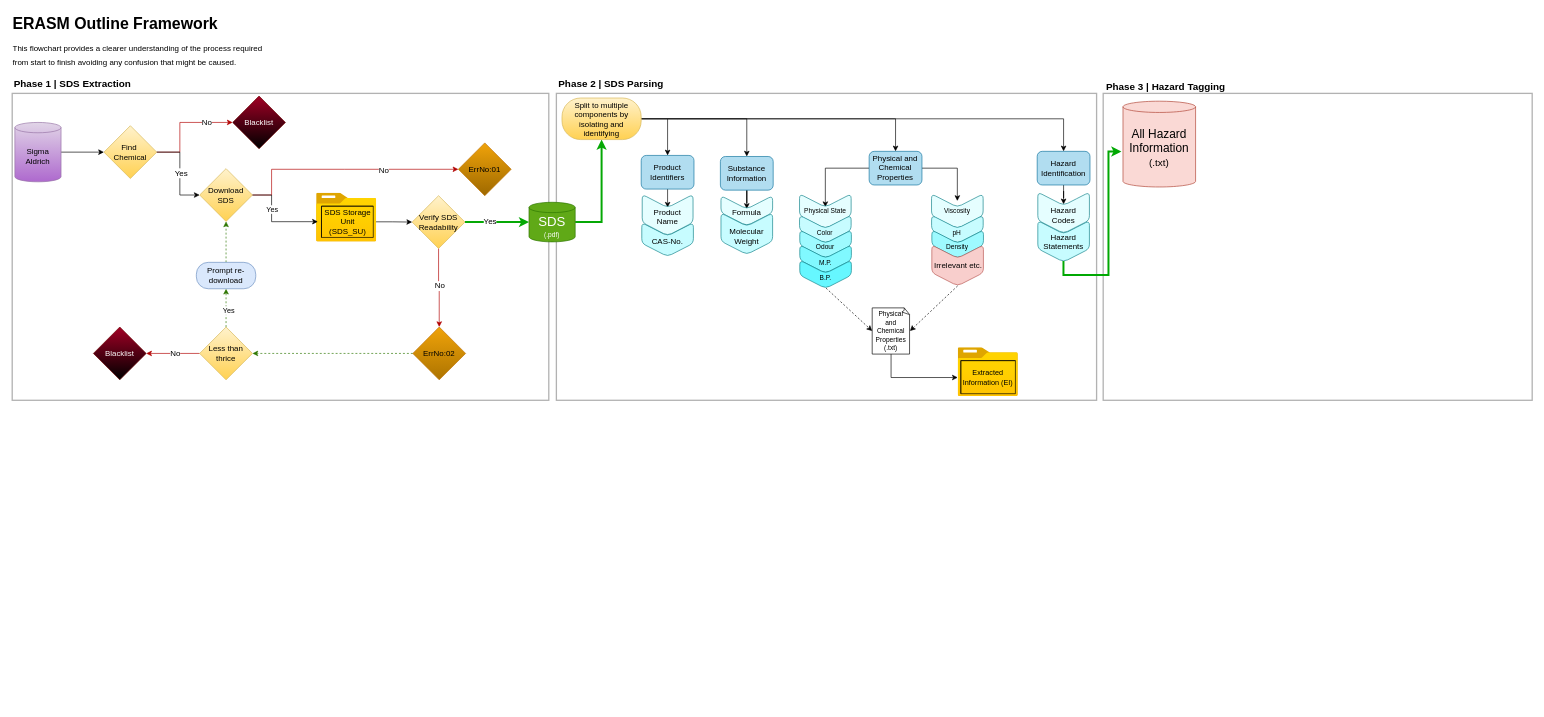
PaiSuryaDarshan/E-RASM keeps this draw.io diagram as ERASM_Blueprint.drawio. Above is the earlier version. Source tidied: cells renumbered, new cells numbered last; positions are measured from the earlier drawing's top-left corner, leaving out a move shared by most shapes. Both pictures are drawn from the tidied source at 66%, with x=0, y=0 at pixel (11, 11).
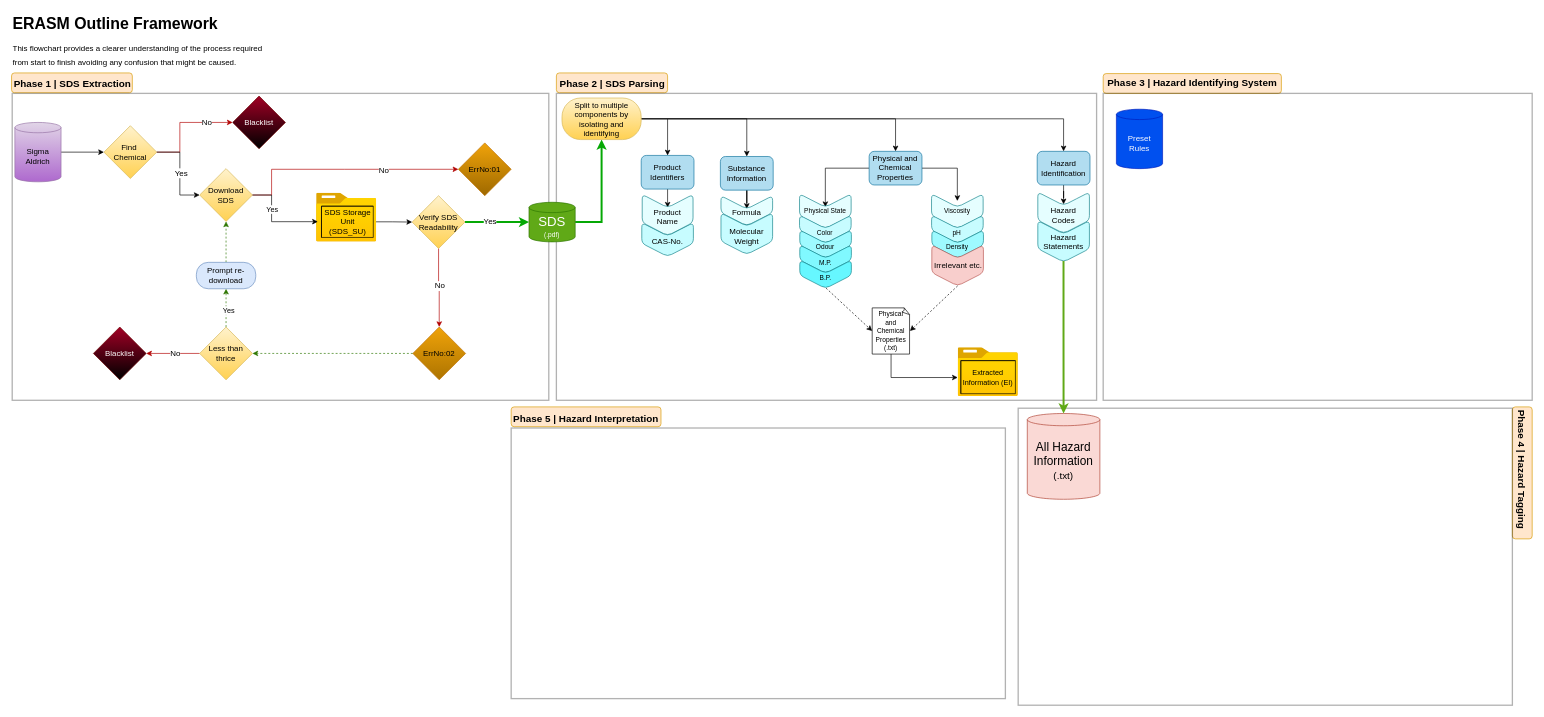
The same page after the edit.

The change refers to these unchanged cells:
```xml
<mxCell id="59" style="shape=step;perimeter=stepPerimeter;whiteSpace=wrap;html=1;fixedSize=1;fillColor=#c7fcff;strokeColor=#0e8088;rounded=1;rotation=90;arcSize=14;" parent="1" vertex="1">
  <mxGeometry x="1562.8" y="309" width="62.5" height="78.2" as="geometry" />
</mxCell>
```

Diff of the diagram source:
```diff
@@
+    <mxCell id="98" style="rounded=1;whiteSpace=wrap;html=1;fillColor=#ffe6cc;strokeColor=#d79b00;" parent="1" vertex="1">
+      <mxGeometry x="757" y="599" width="227" height="30" as="geometry" />
+    </mxCell>
+    <mxCell id="99" style="rounded=1;whiteSpace=wrap;html=1;fillColor=#ffe6cc;strokeColor=#d79b00;direction=south;" parent="1" vertex="1">
+      <mxGeometry x="2274" y="599" width="30" height="200" as="geometry" />
+    </mxCell>
+    <mxCell id="100" style="rounded=1;whiteSpace=wrap;html=1;fillColor=#ffe6cc;strokeColor=#d79b00;" parent="1" vertex="1">
+      <mxGeometry x="1654" y="94" width="270" height="30" as="geometry" />
+    </mxCell>
+    <mxCell id="101" style="rounded=1;whiteSpace=wrap;html=1;fillColor=#ffe6cc;strokeColor=#d79b00;" parent="1" vertex="1">
+      <mxGeometry x="825.5" y="93" width="168.5" height="30" as="geometry" />
+    </mxCell>
+    <mxCell id="102" style="rounded=1;whiteSpace=wrap;html=1;fillColor=#ffe6cc;strokeColor=#d79b00;" parent="1" vertex="1">
+      <mxGeometry y="93" width="183" height="30" as="geometry" />
+    </mxCell>
+    <mxCell id="103" style="rounded=0;whiteSpace=wrap;html=1;fillColor=none;strokeWidth=2;opacity=30;" parent="1" vertex="1">
+      <mxGeometry x="1525.2" y="601" width="748.8" height="450" as="geometry" />
+    </mxCell>
@@
-    <mxCell id="36" value="&lt;b style=&quot;font-size: 15px;&quot;&gt;Phase 1 | SDS Extraction&lt;/b&gt;" style="text;html=1;align=center;verticalAlign=middle;whiteSpace=wrap;rounded=0;fontFamily=Helvetica;fontSize=15;fontColor=default;" parent="1" vertex="1">
+    <mxCell id="36" value="&lt;b style=&quot;font-size: 15px;&quot;&gt;Phase 1 | SDS Extraction&lt;/b&gt;" style="text;html=1;align=center;verticalAlign=middle;whiteSpace=wrap;rounded=0;fontFamily=Helvetica;fontSize=15;fontColor=default;fillColor=none;" parent="1" vertex="1">
       <mxGeometry x="1" y="94" width="183" height="30" as="geometry" />
     </mxCell>
     <mxCell id="37" value="&lt;b style=&quot;font-size: 15px;&quot;&gt;Phase 2 | SDS Parsing&lt;/b&gt;" style="text;html=1;align=center;verticalAlign=middle;whiteSpace=wrap;rounded=0;fontFamily=Helvetica;fontSize=15;fontColor=default;" parent="1" vertex="1">
-      <mxGeometry x="825.5" y="94" width="164.5" height="30" as="geometry" />
+      <mxGeometry x="827.5" y="94" width="164.5" height="30" as="geometry" />
     </mxCell>
@@
-    <mxCell id="87" value="&lt;font style=&quot;font-size: 18px;&quot;&gt;All Hazard Information&lt;/font&gt;&lt;div style=&quot;font-size: 18px;&quot;&gt;&lt;font style=&quot;font-size: 15px;&quot;&gt;(.txt)&lt;/font&gt;&lt;/div&gt;" style="shape=cylinder3;whiteSpace=wrap;html=1;boundedLbl=1;backgroundOutline=1;size=8.54545454545439;fillColor=#fad9d5;strokeColor=#ae4132;" parent="1" vertex="1">
-      <mxGeometry x="1684" y="135.8" width="110" height="130" as="geometry" />
+    <mxCell id="87" value="&lt;font style=&quot;font-size: 18px;&quot;&gt;All Hazard Information&lt;/font&gt;&lt;div style=&quot;font-size: 18px;&quot;&gt;&lt;font style=&quot;font-size: 15px;&quot;&gt;(.txt)&lt;/font&gt;&lt;/div&gt;" style="shape=cylinder3;whiteSpace=wrap;html=1;boundedLbl=1;backgroundOutline=1;size=9.277760823567746;fillColor=#fad9d5;strokeColor=#ae4132;" parent="1" vertex="1">
+      <mxGeometry x="1539" y="609" width="110" height="130" as="geometry" />
     </mxCell>
@@
-    <mxCell id="91" value="&lt;b style=&quot;font-size: 15px;&quot;&gt;Phase 3 | Hazard Tagging&lt;/b&gt;" style="text;html=1;align=center;verticalAlign=middle;whiteSpace=wrap;rounded=0;fontFamily=Helvetica;fontSize=15;fontColor=default;" parent="1" vertex="1">
-      <mxGeometry x="1654" y="98" width="190" height="30" as="geometry" />
+    <mxCell id="91" value="&lt;b style=&quot;font-size: 15px;&quot;&gt;Phase 3 | Hazard Identifying System&lt;/b&gt;" style="text;html=1;align=center;verticalAlign=middle;whiteSpace=wrap;rounded=0;fontFamily=Helvetica;fontSize=15;fontColor=default;" parent="1" vertex="1">
+      <mxGeometry x="1654" y="95" width="270" height="26" as="geometry" />
     </mxCell>
@@
-    <mxCell id="97" style="edgeStyle=orthogonalEdgeStyle;rounded=0;jettySize=auto;html=1;entryX=-0.022;entryY=0.587;entryDx=0;entryDy=0;entryPerimeter=0;exitX=0.98;exitY=0.503;exitDx=0;exitDy=0;exitPerimeter=0;strokeWidth=3;strokeColor=#00a803;" parent="1" edge="1" source="59" target="87">
-      <mxGeometry relative="1" as="geometry">
-        <Array as="points">
-          <mxPoint x="1594" y="399" />
-          <mxPoint x="1662" y="399" />
-          <mxPoint x="1662" y="212" />
-        </Array>
-      </mxGeometry>
+    <mxCell id="97" style="edgeStyle=orthogonalEdgeStyle;rounded=0;jettySize=auto;html=1;entryX=0.5;entryY=0;entryDx=0;entryDy=0;entryPerimeter=0;strokeWidth=3;strokeColor=#60a917;exitX=0.976;exitY=0.502;exitDx=0;exitDy=0;exitPerimeter=0;" parent="1" edge="1" source="59" target="87">
+      <mxGeometry relative="1" as="geometry" />
     </mxCell>
+    <mxCell id="104" value="&lt;b style=&quot;font-size: 15px;&quot;&gt;Phase 4 | Hazard Tagging&lt;/b&gt;" style="text;html=1;align=center;verticalAlign=middle;whiteSpace=wrap;rounded=0;fontFamily=Helvetica;fontSize=15;fontColor=default;rotation=90;" parent="1" vertex="1">
+      <mxGeometry x="2194" y="679" width="190" height="30" as="geometry" />
+    </mxCell>
+    <mxCell id="105" style="rounded=0;whiteSpace=wrap;html=1;fillColor=none;strokeWidth=2;opacity=30;" parent="1" vertex="1">
+      <mxGeometry x="757" y="631" width="748.8" height="410" as="geometry" />
+    </mxCell>
+    <mxCell id="106" value="&lt;b style=&quot;font-size: 15px;&quot;&gt;Phase 5 | Hazard Interpretation&lt;/b&gt;" style="text;html=1;align=center;verticalAlign=middle;whiteSpace=wrap;rounded=0;fontFamily=Helvetica;fontSize=15;fontColor=default;rotation=0;" parent="1" vertex="1">
+      <mxGeometry x="757" y="601" width="227" height="30" as="geometry" />
+    </mxCell>
+    <mxCell id="107" value="Preset Rules" style="shape=cylinder3;whiteSpace=wrap;html=1;boundedLbl=1;backgroundOutline=1;size=7.833282470703125;fillColor=#0050ef;strokeColor=#001DBC;fontColor=#ffffff;" parent="1" vertex="1">
+      <mxGeometry x="1674" y="148" width="70" height="90" as="geometry" />
+    </mxCell>
```
